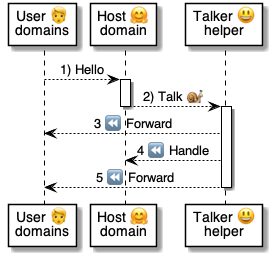
The PlantUML diagram 5 ⏩ Flows/79 😃⏩ Talkers/.📎 Assets/Talk.png in pollyweb-org/pollyweb-docs, before a commit. Its source is kept beside it as 5 ⏩ Flows/79 😃⏩ Talkers/.📎 Assets/Talk.puml. The source it was exported from:
```plantuml
@startuml Subscribe

participant "User 🧑\ndomains" as user
participant "Host 🤗\ndomain" as host
participant "Talker 😃\nhelper" as talker

user --> host: 1) Hello
activate host
    host --> talker: 2) Talk 🐌
deactivate host

activate talker
    talker --> user: 3 ⏪ Forward
    talker --> host: 4 ⏪ Handle
    talker --> user: 5 ⏪ Forward
deactivate talker

@enduml
```
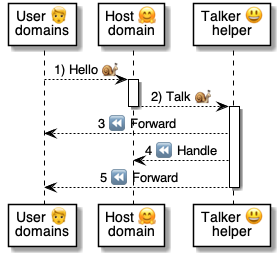
After the commit.

What changed in the source:
```diff
@@ -4,7 +4,7 @@
 participant "Host 🤗\ndomain" as host
 participant "Talker 😃\nhelper" as talker
 
-user --> host: 1) Hello
+user --> host: 1) Hello 🐌
 activate host
     host --> talker: 2) Talk 🐌
 deactivate host
```
